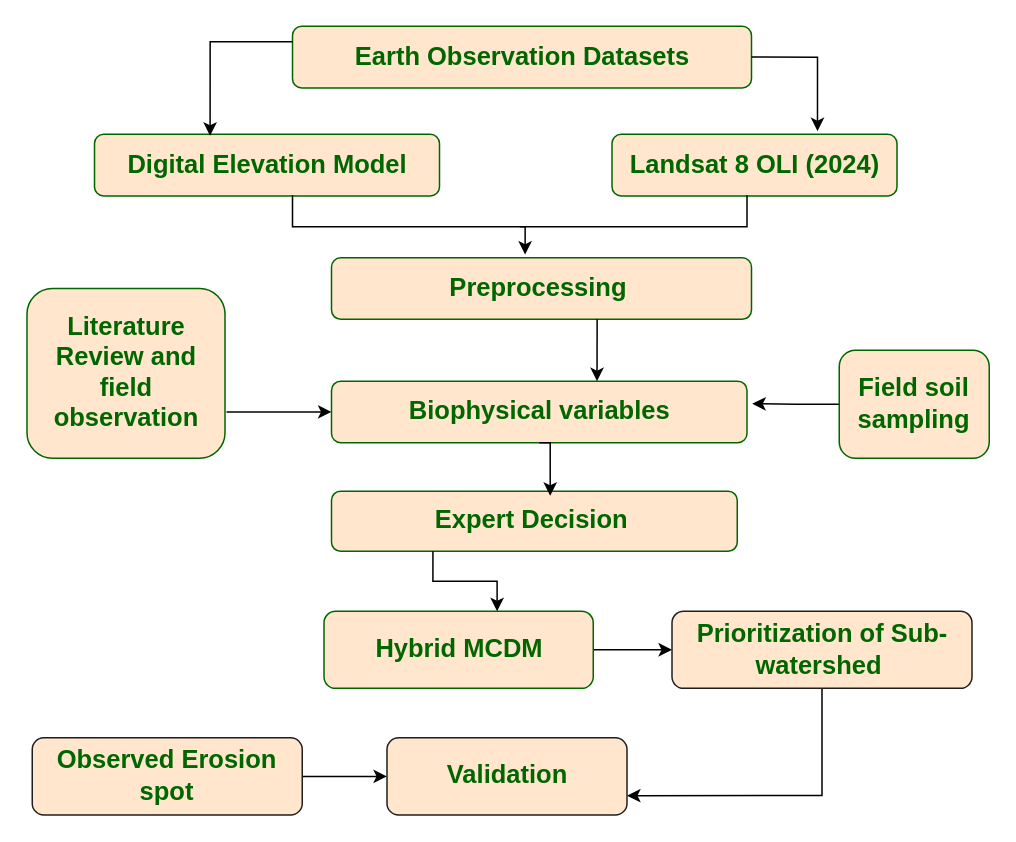
yemioke/PRISMA2020 keeps this draw.io diagram as confirence.drawio. Above is the earlier version. Source tidied: cells renumbered, new cells numbered last; positions are measured from the earlier drawing's top-left corner, leaving out a move shared by most shapes. Both pictures are drawn from the tidied source at 150%, with x=0, y=0 at pixel (26, 26).
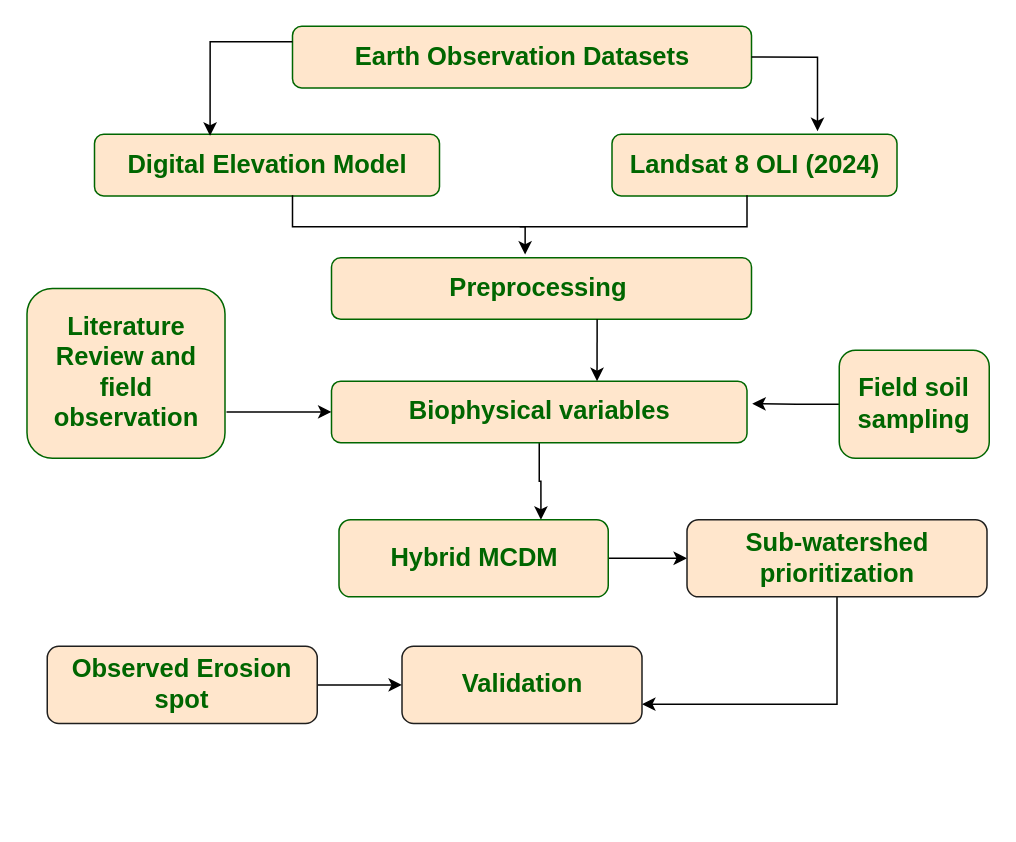
The same diagram, later.

The change refers to these unchanged cells:
```xml
<mxCell id="6" value="&lt;font style=&quot;font-size: 17px; color: rgb(0, 102, 0);&quot;&gt;Biophysical variables&lt;/font&gt;" style="rounded=1;whiteSpace=wrap;html=1;fillColor=#ffe6cc;strokeColor=#006600;fontStyle=1;" parent="1" vertex="1">
  <mxGeometry x="203.5" y="236.6" width="277" height="41.1" as="geometry" />
</mxCell>
```

The edit, as a diff of the source:
```diff
@@
+    <mxCell id="26" style="edgeStyle=orthogonalEdgeStyle;rounded=0;jettySize=auto;html=1;exitX=0.5;exitY=1;exitDx=0;exitDy=0;entryX=0.75;entryY=0;entryDx=0;entryDy=0;" parent="1" edge="1" source="6" target="12">
+      <mxGeometry relative="1" as="geometry" />
+    </mxCell>
@@
-    <mxCell id="10" value="&lt;font style=&quot;font-size: 17px; color: rgb(0, 102, 0);&quot;&gt;Expert Decision&amp;nbsp;&lt;/font&gt;" style="rounded=1;whiteSpace=wrap;html=1;fillColor=#ffe6cc;strokeColor=#006600;fontStyle=1;" parent="1" vertex="1">
-      <mxGeometry x="203.5" y="310" width="270.5" height="40" as="geometry" />
-    </mxCell>
@@
     <mxCell id="12" value="&lt;font style=&quot;font-size: 17px; color: rgb(0, 102, 0);&quot;&gt;Hybrid MCDM&lt;/font&gt;" style="rounded=1;whiteSpace=wrap;html=1;fillColor=#ffe6cc;strokeColor=#006600;fontStyle=1;" parent="1" vertex="1">
-      <mxGeometry x="198.5" y="390" width="179.5" height="51.4" as="geometry" />
+      <mxGeometry x="208.5" y="329" width="179.5" height="51.4" as="geometry" />
     </mxCell>
@@
-    <mxCell id="14" value="&lt;font style=&quot;font-size: 17px; color: rgb(0, 102, 0);&quot;&gt;Prioritization of Sub-watershed&amp;nbsp;&lt;/font&gt;" style="rounded=1;whiteSpace=wrap;html=1;fillColor=#ffe6cc;strokeColor=light-dark(#1f1f1e, #996500);fontStyle=1;" parent="1" vertex="1">
-      <mxGeometry x="430.5" y="390" width="200" height="51.4" as="geometry" />
+    <mxCell id="14" value="&lt;font style=&quot;font-size: 17px; color: rgb(0, 102, 0);&quot;&gt;Sub-watershed prioritization&lt;/font&gt;" style="rounded=1;whiteSpace=wrap;html=1;fillColor=#ffe6cc;strokeColor=light-dark(#1f1f1e, #996500);fontStyle=1;" parent="1" vertex="1">
+      <mxGeometry x="440.5" y="329" width="200" height="51.4" as="geometry" />
     </mxCell>
     <mxCell id="15" value="&lt;font style=&quot;font-size: 17px; color: rgb(0, 102, 0);&quot;&gt;Validation&lt;/font&gt;" style="rounded=1;whiteSpace=wrap;html=1;fillColor=#ffe6cc;strokeColor=light-dark(#1f1f1e, #996500);fontStyle=1;" parent="1" vertex="1">
-      <mxGeometry x="240.5" y="474.4" width="160" height="51.4" as="geometry" />
+      <mxGeometry x="250.5" y="413.4" width="160" height="51.4" as="geometry" />
     </mxCell>
@@
     <mxCell id="17" value="&lt;font color=&quot;#006600&quot;&gt;&lt;span style=&quot;font-size: 17px;&quot;&gt;Observed Erosion spot&lt;/span&gt;&lt;/font&gt;" style="rounded=1;whiteSpace=wrap;html=1;fillColor=#ffe6cc;strokeColor=light-dark(#1f1f1e, #996500);fontStyle=1;" parent="1" vertex="1">
-      <mxGeometry x="4" y="474.4" width="180" height="51.4" as="geometry" />
+      <mxGeometry x="14" y="413.4" width="180" height="51.4" as="geometry" />
     </mxCell>
@@
-    <mxCell id="24" style="edgeStyle=orthogonalEdgeStyle;rounded=0;jettySize=auto;html=1;exitX=0.5;exitY=1;exitDx=0;exitDy=0;entryX=0.539;entryY=0.075;entryDx=0;entryDy=0;entryPerimeter=0;" parent="1" edge="1" source="6" target="10">
-      <mxGeometry relative="1" as="geometry" />
-    </mxCell>
-    <mxCell id="25" style="edgeStyle=orthogonalEdgeStyle;rounded=0;jettySize=auto;html=1;exitX=0.25;exitY=1;exitDx=0;exitDy=0;entryX=0.643;entryY=0;entryDx=0;entryDy=0;entryPerimeter=0;" parent="1" edge="1" source="10" target="12">
-      <mxGeometry relative="1" as="geometry" />
-    </mxCell>
```
